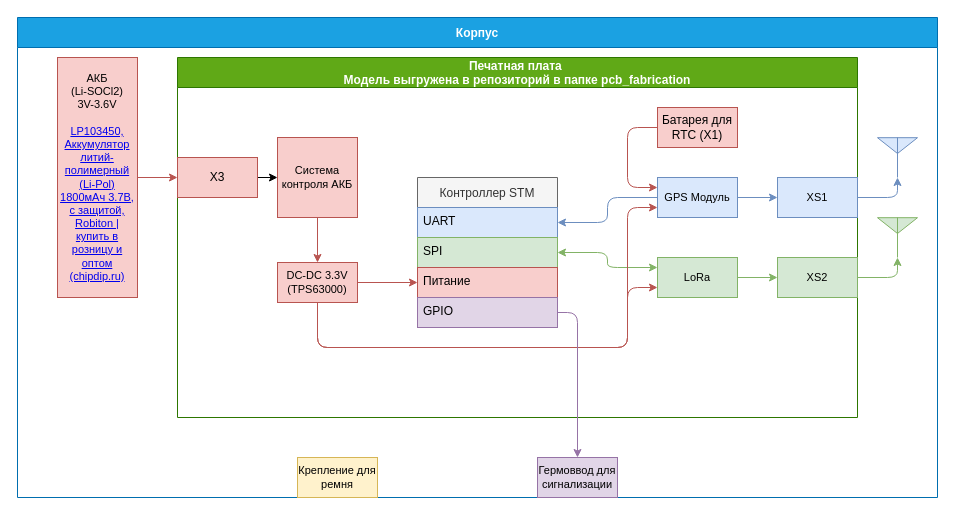
Above: doc/Tracker/Структурая схема треккера Peggy Tracker.drawio in Kvenecusghost/Peggy (draw.io), before the change. Source tidied: cells renumbered, new cells numbered last; positions are measured from the earlier drawing's top-left corner, leaving out a move shared by most shapes. Both pictures are drawn from the tidied source at 100%, with x=0, y=0 at pixel (17, 17).
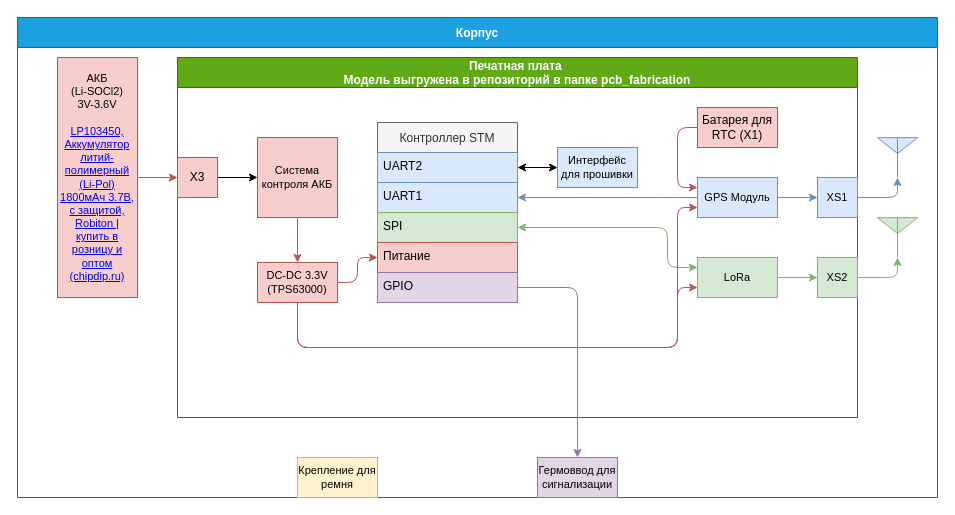
The same diagram, later.

The change refers to these unchanged cells:
```xml
<mxCell id="3" value="Печатная плата &#10;Модель выгружена в репозиторий в папке pcb_fabrication" style="swimlane;startSize=30;fillColor=#60a917;fontColor=#ffffff;strokeColor=#2D7600;" parent="2" vertex="1">
  <mxGeometry x="160" y="40" width="680" height="360" as="geometry" />
</mxCell>
```

Diff of the diagram source:
```diff
@@
     <mxCell id="5" value="&lt;font style=&quot;font-size: 11px&quot;&gt;GPS Модуль&lt;/font&gt;" style="rounded=0;whiteSpace=wrap;html=1;fontSize=11;fillColor=#dae8fc;strokeColor=#6c8ebf;" parent="3" vertex="1">
-      <mxGeometry x="480" y="120" width="80" height="40" as="geometry" />
+      <mxGeometry x="520" y="120" width="80" height="40" as="geometry" />
     </mxCell>
@@
     <mxCell id="7" value="&lt;font style=&quot;font-size: 11px&quot;&gt;LoRa&lt;br&gt;&lt;/font&gt;" style="rounded=0;whiteSpace=wrap;html=1;fontSize=11;fillColor=#d5e8d4;strokeColor=#82b366;" parent="3" vertex="1">
-      <mxGeometry x="480" y="200" width="80" height="40" as="geometry" />
+      <mxGeometry x="520" y="200" width="80" height="40" as="geometry" />
     </mxCell>
     <mxCell id="8" value="Система контроля АКБ" style="rounded=0;whiteSpace=wrap;html=1;fontSize=11;fillColor=#f8cecc;strokeColor=#b85450;" parent="3" vertex="1">
-      <mxGeometry x="100" y="80" width="80" height="80" as="geometry" />
+      <mxGeometry x="80" y="80" width="80" height="80" as="geometry" />
     </mxCell>
     <mxCell id="9" style="endArrow=classic;html=1;exitX=0;exitY=0.5;exitDx=0;exitDy=0;entryX=1;entryY=0.5;entryDx=0;entryDy=0;edgeStyle=elbowEdgeStyle;fillColor=#dae8fc;strokeColor=#6c8ebf;" parent="3" edge="1" source="5" target="17">
-      <mxGeometry relative="1" as="geometry" />
+      <mxGeometry relative="1" as="geometry">
+        <Array as="points">
+          <mxPoint x="490" y="150" />
+        </Array>
+      </mxGeometry>
     </mxCell>
     <mxCell id="10" style="endArrow=classic;startArrow=classic;html=1;entryX=0;entryY=0.25;entryDx=0;entryDy=0;exitX=1;exitY=0.5;exitDx=0;exitDy=0;edgeStyle=elbowEdgeStyle;fillColor=#d5e8d4;strokeColor=#82b366;" parent="3" edge="1" source="18" target="7">
-      <mxGeometry relative="1" as="geometry" />
+      <mxGeometry relative="1" as="geometry">
+        <Array as="points">
+          <mxPoint x="490" y="200" />
+        </Array>
+      </mxGeometry>
     </mxCell>
     <mxCell id="11" style="edgeStyle=orthogonalEdgeStyle;rounded=1;jettySize=auto;html=1;exitX=1;exitY=0.5;exitDx=0;exitDy=0;entryX=0;entryY=0.5;entryDx=0;entryDy=0;fillColor=#f8cecc;strokeColor=#b85450;" parent="3" edge="1" source="14" target="19">
-      <mxGeometry relative="1" as="geometry" />
+      <mxGeometry relative="1" as="geometry">
+        <Array as="points">
+          <mxPoint x="180" y="225" />
+          <mxPoint x="180" y="200" />
+        </Array>
+      </mxGeometry>
     </mxCell>
     <mxCell id="12" style="edgeStyle=orthogonalEdgeStyle;rounded=1;jettySize=auto;html=1;exitX=0.5;exitY=1;exitDx=0;exitDy=0;entryX=0;entryY=0.75;entryDx=0;entryDy=0;fillColor=#f8cecc;strokeColor=#b85450;" parent="3" edge="1" source="14" target="7">
       <mxGeometry relative="1" as="geometry">
         <Array as="points">
-          <mxPoint x="140" y="290" />
-          <mxPoint x="450" y="290" />
-          <mxPoint x="450" y="230" />
+          <mxPoint x="120" y="290" />
+          <mxPoint x="500" y="290" />
+          <mxPoint x="500" y="230" />
         </Array>
       </mxGeometry>
     </mxCell>
     <mxCell id="13" style="edgeStyle=orthogonalEdgeStyle;rounded=1;jettySize=auto;html=1;exitX=0.5;exitY=1;exitDx=0;exitDy=0;entryX=0;entryY=0.75;entryDx=0;entryDy=0;fillColor=#f8cecc;strokeColor=#b85450;" parent="3" edge="1" source="14" target="5">
       <mxGeometry relative="1" as="geometry">
         <Array as="points">
-          <mxPoint x="140" y="290" />
-          <mxPoint x="450" y="290" />
-          <mxPoint x="450" y="150" />
+          <mxPoint x="120" y="290" />
+          <mxPoint x="500" y="290" />
+          <mxPoint x="500" y="150" />
         </Array>
       </mxGeometry>
     </mxCell>
     <mxCell id="14" value="DC-DC 3.3V&lt;br&gt;&lt;div&gt;&lt;span&gt;(TPS63000)&lt;/span&gt;&lt;/div&gt;" style="rounded=0;whiteSpace=wrap;html=1;fontSize=11;fillColor=#f8cecc;strokeColor=#b85450;" parent="3" vertex="1">
-      <mxGeometry x="100" y="205" width="80" height="40" as="geometry" />
+      <mxGeometry x="80" y="205" width="80" height="40" as="geometry" />
     </mxCell>
@@
     <mxCell id="16" value="Контроллер STM" style="swimlane;fontStyle=0;horizontal=1;startSize=30;fillColor=#f5f5f5;strokeColor=#666666;fontColor=#333333;" parent="3" vertex="1">
-      <mxGeometry x="240" y="120" width="140" height="150" as="geometry" />
+      <mxGeometry x="200" y="65" width="140" height="180" as="geometry" />
     </mxCell>
+    <mxCell id="36" value="UART2" style="text;align=left;verticalAlign=top;spacingLeft=4;spacingRight=4;overflow=hidden;points=[[0,0.5],[1,0.5]];portConstraint=eastwest;fillColor=#dae8fc;strokeColor=#6c8ebf;" parent="16" vertex="1">
+      <mxGeometry y="30" width="140" height="30" as="geometry" />
+    </mxCell>
-    <mxCell id="17" value="UART" style="text;align=left;verticalAlign=top;spacingLeft=4;spacingRight=4;overflow=hidden;points=[[0,0.5],[1,0.5]];portConstraint=eastwest;fillColor=#dae8fc;strokeColor=#6c8ebf;" parent="16" vertex="1">
-      <mxGeometry y="30" width="140" height="30" as="geometry" />
+    <mxCell id="17" value="UART1" style="text;align=left;verticalAlign=top;spacingLeft=4;spacingRight=4;overflow=hidden;points=[[0,0.5],[1,0.5]];portConstraint=eastwest;fillColor=#dae8fc;strokeColor=#6c8ebf;" parent="16" vertex="1">
+      <mxGeometry y="60" width="140" height="30" as="geometry" />
     </mxCell>
     <mxCell id="18" value="SPI" style="text;strokeColor=#82b366;fillColor=#d5e8d4;align=left;verticalAlign=top;spacingLeft=4;spacingRight=4;overflow=hidden;points=[[0,0.5],[1,0.5]];portConstraint=eastwest;" parent="16" vertex="1">
-      <mxGeometry y="60" width="140" height="30" as="geometry" />
+      <mxGeometry y="90" width="140" height="30" as="geometry" />
     </mxCell>
     <mxCell id="19" value="Питание" style="text;strokeColor=#b85450;fillColor=#f8cecc;align=left;verticalAlign=top;spacingLeft=4;spacingRight=4;overflow=hidden;points=[[0,0.5],[1,0.5]];portConstraint=eastwest;" parent="16" vertex="1">
-      <mxGeometry y="90" width="140" height="30" as="geometry" />
+      <mxGeometry y="120" width="140" height="30" as="geometry" />
     </mxCell>
     <mxCell id="20" value="GPIO" style="text;strokeColor=#9673a6;fillColor=#e1d5e7;align=left;verticalAlign=top;spacingLeft=4;spacingRight=4;overflow=hidden;points=[[0,0.5],[1,0.5]];portConstraint=eastwest;" parent="16" vertex="1">
-      <mxGeometry y="120" width="140" height="30" as="geometry" />
+      <mxGeometry y="150" width="140" height="30" as="geometry" />
     </mxCell>
@@
     <mxCell id="22" value="X3" style="rounded=0;whiteSpace=wrap;html=1;fillColor=#f8cecc;strokeColor=#b85450;" parent="3" vertex="1">
-      <mxGeometry y="100" width="80" height="40" as="geometry" />
+      <mxGeometry y="100" width="40" height="40" as="geometry" />
     </mxCell>
     <mxCell id="23" value="&lt;font style=&quot;font-size: 11px&quot;&gt;XS1&lt;/font&gt;" style="rounded=0;whiteSpace=wrap;html=1;fontSize=11;fillColor=#dae8fc;strokeColor=#6c8ebf;" parent="3" vertex="1">
-      <mxGeometry x="600" y="120" width="80" height="40" as="geometry" />
+      <mxGeometry x="640" y="120" width="40" height="40" as="geometry" />
     </mxCell>
     <mxCell id="24" value="&lt;font style=&quot;font-size: 11px&quot;&gt;XS2&lt;/font&gt;" style="rounded=0;whiteSpace=wrap;html=1;fontSize=11;fillColor=#d5e8d4;strokeColor=#82b366;" parent="3" vertex="1">
-      <mxGeometry x="600" y="200" width="80" height="40" as="geometry" />
+      <mxGeometry x="640" y="200" width="40" height="40" as="geometry" />
     </mxCell>
     <mxCell id="25" style="edgeStyle=orthogonalEdgeStyle;rounded=1;jettySize=auto;html=1;exitX=0;exitY=0.5;exitDx=0;exitDy=0;entryX=0;entryY=0.25;entryDx=0;entryDy=0;fillColor=#f8cecc;strokeColor=#b85450;" parent="3" edge="1" source="26" target="5">
       <mxGeometry relative="1" as="geometry">
         <Array as="points">
-          <mxPoint x="450" y="70" />
-          <mxPoint x="450" y="130" />
+          <mxPoint x="500" y="70" />
+          <mxPoint x="500" y="130" />
         </Array>
       </mxGeometry>
     </mxCell>
     <mxCell id="26" value="Батарея для RTC (X1)" style="rounded=0;whiteSpace=wrap;html=1;fillColor=#f8cecc;strokeColor=#b85450;" parent="3" vertex="1">
-      <mxGeometry x="480" y="50" width="80" height="40" as="geometry" />
+      <mxGeometry x="520" y="50" width="80" height="40" as="geometry" />
     </mxCell>
+    <mxCell id="37" value="Интерфейс для прошивки" style="rounded=0;whiteSpace=wrap;html=1;fontSize=11;fillColor=#dae8fc;strokeColor=#6c8ebf;" parent="3" vertex="1">
+      <mxGeometry x="380" y="90" width="80" height="40" as="geometry" />
+    </mxCell>
+    <mxCell id="38" style="edgeStyle=orthogonalEdgeStyle;rounded=0;jettySize=auto;html=1;exitX=1;exitY=0.5;exitDx=0;exitDy=0;entryX=0;entryY=0.5;entryDx=0;entryDy=0;startArrow=classic;startFill=1;" parent="3" edge="1" source="36" target="37">
+      <mxGeometry relative="1" as="geometry" />
+    </mxCell>
```
